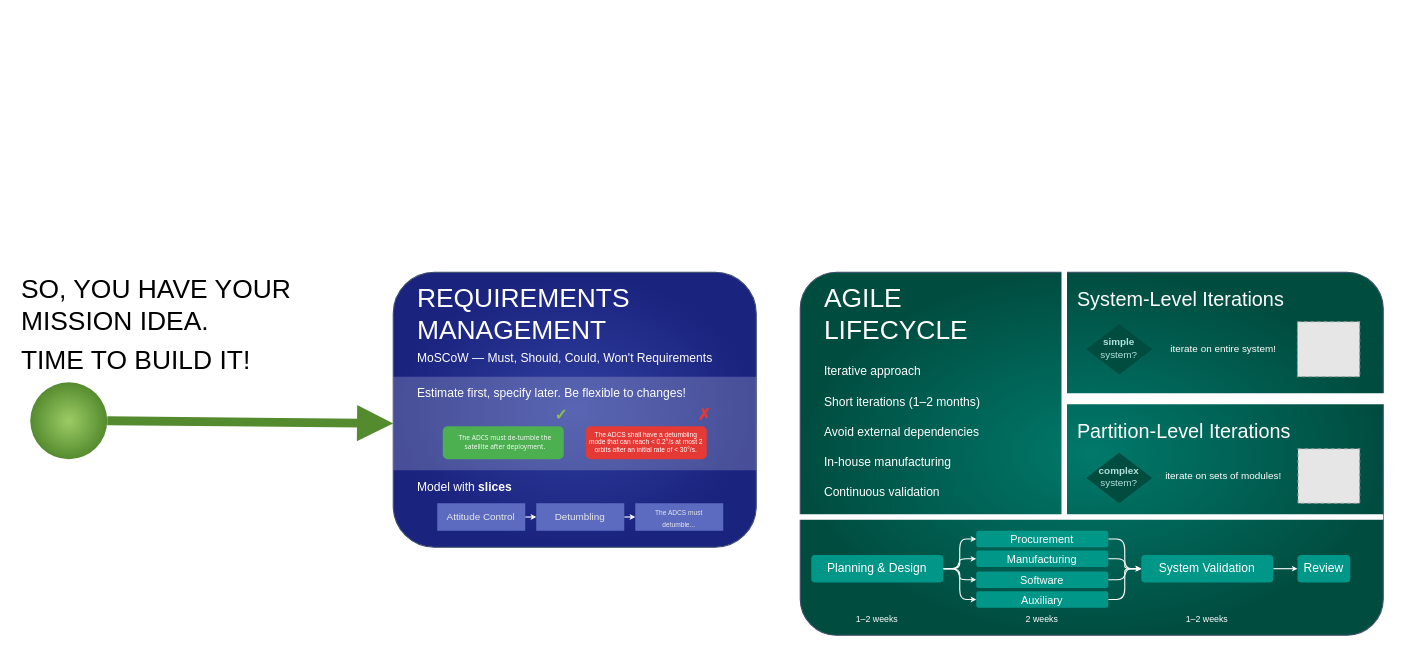
Before: media/drawio/CheatSheet.drawio in kongr45gpen/doctoral-thesis, a draw.io diagram. Source tidied: cells renumbered, new cells numbered last; positions are measured from the earlier drawing's top-left corner, leaving out a move shared by most shapes. Both pictures are drawn from the tidied source at 110%, with x=0, y=0 at pixel (19, 272). Pictures stored in the file or linked from it are replaced by grey dashed boxes.
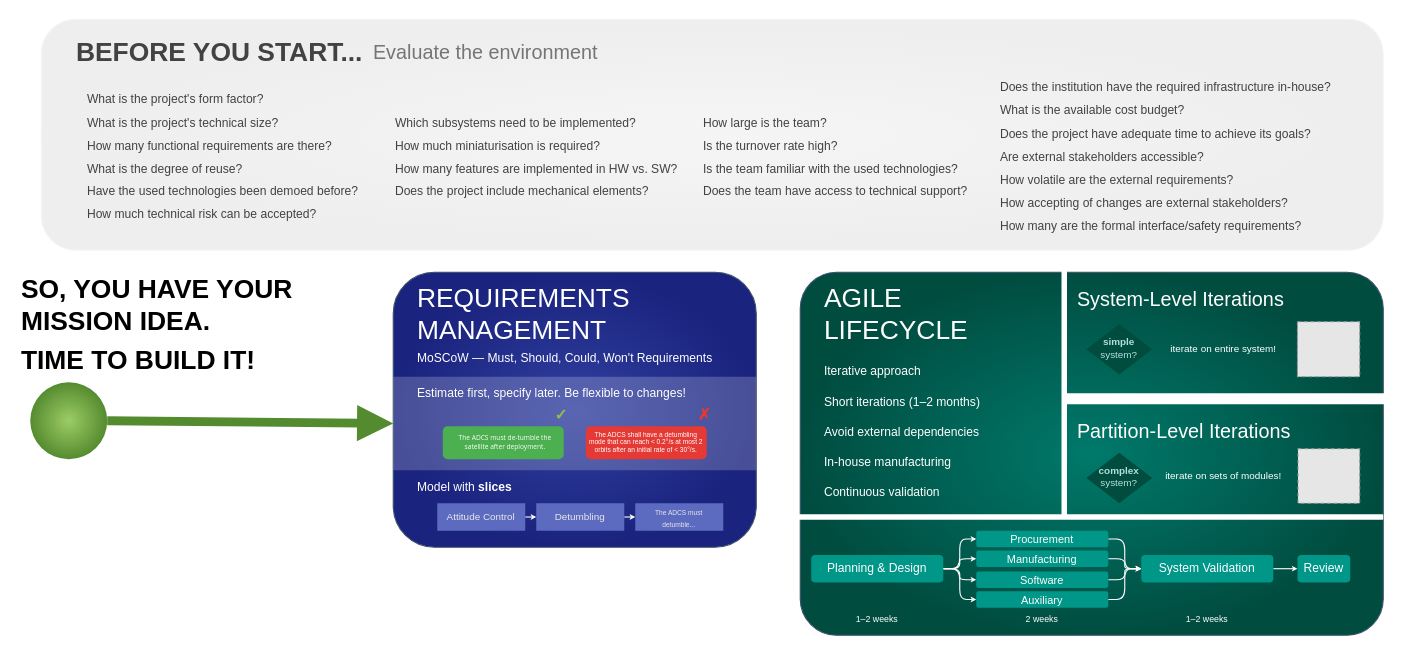
After the change.

What changed in the source:
```diff
@@
-    <mxCell id="6" value="SO, YOU HAVE YOUR MISSION IDEA." style="text;html=1;whiteSpace=wrap;strokeColor=none;fillColor=none;align=left;verticalAlign=middle;rounded=0;fontFamily=Quicksand Semibold;fontSize=24;" parent="1" vertex="1">
+    <mxCell id="6" value="SO, YOU HAVE YOUR MISSION IDEA." style="text;html=1;whiteSpace=wrap;strokeColor=none;fillColor=none;align=left;verticalAlign=middle;rounded=0;fontFamily=Quicksand Semibold;fontSize=24;fontStyle=1;" parent="1" vertex="1">
       <mxGeometry width="315" height="60" as="geometry" />
     </mxCell>
@@
-    <mxCell id="60" value="&lt;div&gt;&lt;div&gt;TIME TO BUILD IT!&lt;/div&gt;&lt;/div&gt;" style="text;html=1;whiteSpace=wrap;strokeColor=none;fillColor=none;align=left;verticalAlign=middle;rounded=0;fontFamily=Quicksand Semibold;fontSize=24;" parent="1" vertex="1">
+    <mxCell id="60" value="&lt;div&gt;&lt;div&gt;TIME TO BUILD IT!&lt;/div&gt;&lt;/div&gt;" style="text;html=1;whiteSpace=wrap;strokeColor=none;fillColor=none;align=left;verticalAlign=middle;rounded=0;fontFamily=Quicksand;fontSize=24;fontStyle=1;" parent="1" vertex="1">
       <mxGeometry y="50" width="315" height="60" as="geometry" />
     </mxCell>
+    <mxCell id="61" style="rounded=1;whiteSpace=wrap;html=1;fillColor=#F5F5F5;gradientColor=#EEEEEE;strokeColor=#F5F5F5;gradientDirection=radial;" parent="1" vertex="1">
+      <mxGeometry x="20" y="-230" width="1220" height="210" as="geometry" />
+    </mxCell>
+    <mxCell id="62" value="BEFORE YOU START..." style="text;html=1;whiteSpace=wrap;strokeColor=none;fillColor=none;align=left;verticalAlign=middle;rounded=0;fontColor=#424242;fontStyle=1;horizontal=1;fontFamily=Quicksand;fontSize=24;" parent="1" vertex="1">
+      <mxGeometry x="50" y="-220" width="270" height="40" as="geometry" />
+    </mxCell>
+    <mxCell id="63" value="&lt;span style=&quot;font-size: 18px;&quot;&gt;Evaluate the environment&lt;/span&gt;" style="text;html=1;whiteSpace=wrap;strokeColor=none;fillColor=none;align=left;verticalAlign=middle;rounded=0;fontColor=#757575;fontStyle=0;horizontal=1;fontFamily=Quicksand Heavy;fontSize=22;" parent="1" vertex="1">
+      <mxGeometry x="320" y="-216" width="240" height="32" as="geometry" />
+    </mxCell>
+    <mxCell id="64" value="&lt;div style=&quot;line-height: 190%;&quot;&gt;&lt;div&gt;What is the project's form factor?&lt;/div&gt;&lt;div&gt;What is the project's technical size?&lt;/div&gt;&lt;div&gt;How many functional requirements are there?&lt;/div&gt;&lt;div&gt;What is the degree of reuse?&lt;/div&gt;&lt;div&gt;Have the used technologies been demoed before?&lt;/div&gt;&lt;div&gt;How much technical risk can be accepted?&lt;/div&gt;&lt;/div&gt;" style="text;html=1;whiteSpace=wrap;strokeColor=none;fillColor=none;align=left;verticalAlign=middle;rounded=0;fontFamily=Quicksand Medium;fontColor=#424242;fontSize=11;fontStyle=0;" parent="1" vertex="1">
+      <mxGeometry x="60" y="-180" width="270" height="150" as="geometry" />
+    </mxCell>
+    <mxCell id="65" value="&lt;div style=&quot;line-height: 190%;&quot;&gt;&lt;div&gt;Which subsystems need to be implemented?&lt;/div&gt;&lt;div&gt;How much miniaturisation is required?&lt;/div&gt;&lt;div&gt;How many features are implemented in HW vs. SW?&lt;/div&gt;&lt;div&gt;Does the project include mechanical elements?&lt;/div&gt;&lt;/div&gt;" style="text;html=1;whiteSpace=wrap;strokeColor=none;fillColor=none;align=left;verticalAlign=middle;rounded=0;fontFamily=Quicksand Medium;fontColor=#424242;fontSize=11;fontStyle=0;" parent="1" vertex="1">
+      <mxGeometry x="340" y="-180" width="280" height="150" as="geometry" />
+    </mxCell>
+    <mxCell id="66" value="&lt;div style=&quot;line-height: 190%;&quot;&gt;&lt;div&gt;How large is the team?&lt;/div&gt;&lt;div&gt;Is the turnover rate high?&lt;/div&gt;&lt;div&gt;Is the team familiar with the used technologies?&lt;/div&gt;&lt;div&gt;Does the team have access to technical support?&lt;/div&gt;&lt;/div&gt;" style="text;html=1;whiteSpace=wrap;strokeColor=none;fillColor=none;align=left;verticalAlign=middle;rounded=0;fontFamily=Quicksand Medium;fontColor=#424242;fontSize=11;fontStyle=0;" parent="1" vertex="1">
+      <mxGeometry x="620" y="-180" width="260" height="150" as="geometry" />
+    </mxCell>
+    <mxCell id="67" value="&lt;div style=&quot;line-height: 190%;&quot;&gt;&lt;div&gt;&lt;span style=&quot;background-color: transparent; color: light-dark(rgb(66, 66, 66), rgb(180, 180, 180));&quot;&gt;Does the institution have the required infrastructure in-house?&lt;/span&gt;&lt;/div&gt;&lt;div&gt;What is the available cost budget?&lt;/div&gt;&lt;div&gt;Does the project have adequate time to achieve its goals?&lt;/div&gt;&lt;div&gt;Are external stakeholders accessible?&lt;/div&gt;&lt;div&gt;How volatile are the external requirements?&lt;/div&gt;&lt;div&gt;How accepting of changes&amp;nbsp;&lt;span style=&quot;background-color: transparent; color: light-dark(rgb(66, 66, 66), rgb(180, 180, 180));&quot;&gt;are external stakeholders&lt;/span&gt;&lt;span style=&quot;background-color: transparent; color: light-dark(rgb(66, 66, 66), rgb(180, 180, 180));&quot;&gt;?&lt;/span&gt;&lt;/div&gt;&lt;div&gt;How many are the formal interface/safety requirements?&lt;/div&gt;&lt;/div&gt;" style="text;html=1;whiteSpace=wrap;strokeColor=none;fillColor=none;align=left;verticalAlign=middle;rounded=0;fontFamily=Quicksand Medium;fontColor=#424242;fontSize=11;fontStyle=0;" parent="1" vertex="1">
+      <mxGeometry x="890" y="-180" width="337.5" height="150" as="geometry" />
+    </mxCell>
```
